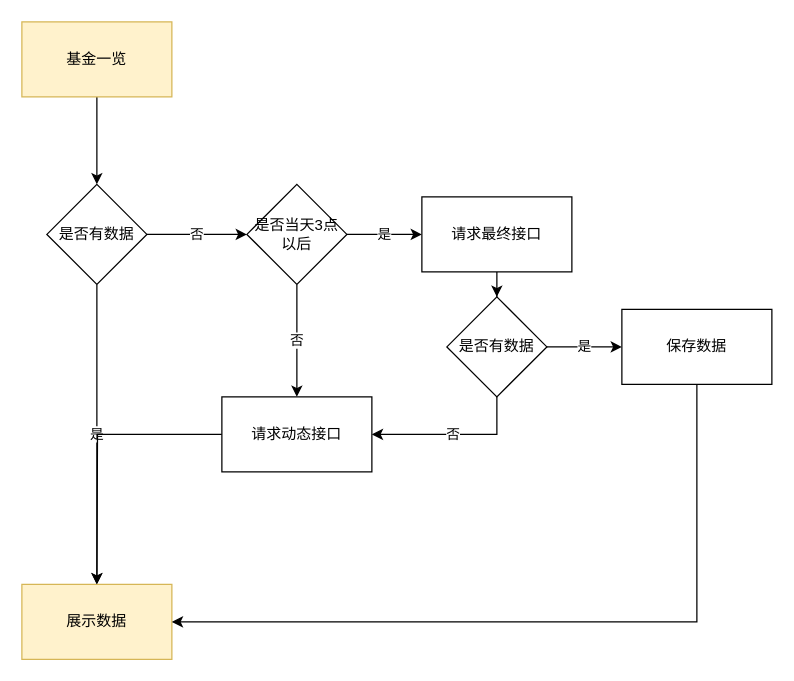
The draw.io diagram 基金一览.drawio in tghtgh123000/diagrams, before the edit. Source tidied: cells renumbered, new cells numbered last; positions are measured from the earlier drawing's top-left corner, leaving out a move shared by most shapes. Both pictures are drawn from the tidied source at 125%, with x=0, y=0 at pixel (21, 21).
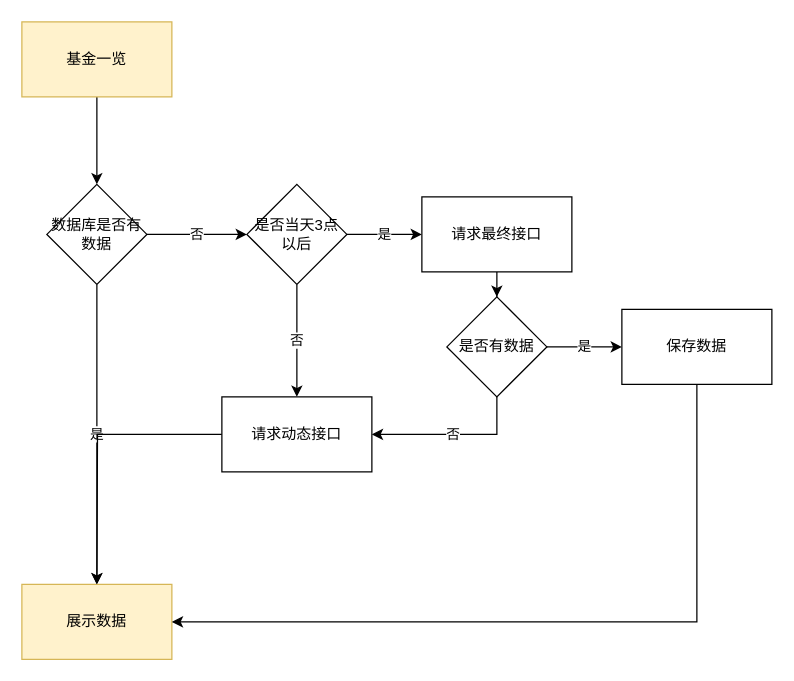
The same diagram, later.

Commit message:
更新基金一览.drawio

What changed in the source:
```diff
@@
-    <mxCell id="6" value="&lt;div&gt;是否有数据&lt;/div&gt;" style="rhombus;whiteSpace=wrap;html=1;rounded=0;" parent="1" vertex="1">
+    <mxCell id="6" value="&lt;div&gt;数据库是否有数据&lt;/div&gt;" style="rhombus;whiteSpace=wrap;html=1;rounded=0;" parent="1" vertex="1">
       <mxGeometry x="20" y="130" width="80" height="80" as="geometry" />
     </mxCell>
```
